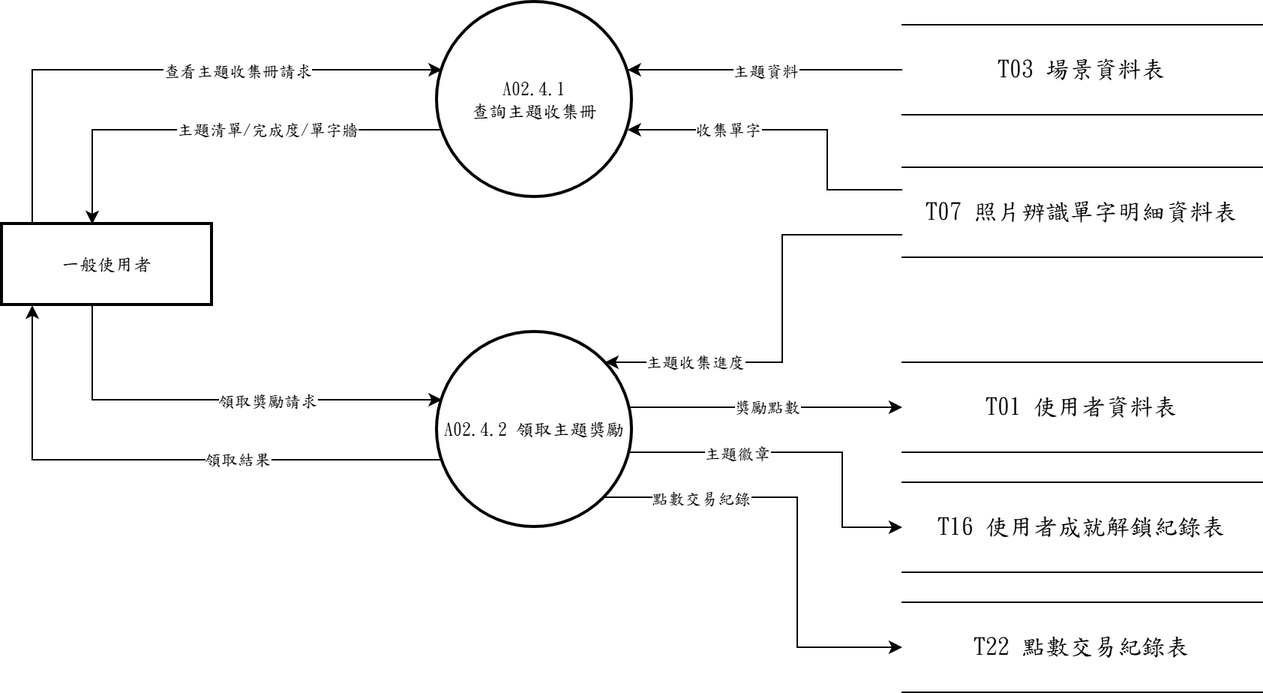
The draw.io diagram 系統文件/第6章/DFD圖/圖2/新/圖2.4.drawio.png in s22452007/115502, before a commit. Source tidied: cells renumbered, new cells last; positions are measured from the earlier drawing's top-left corner, leaving out a move shared by most shapes.
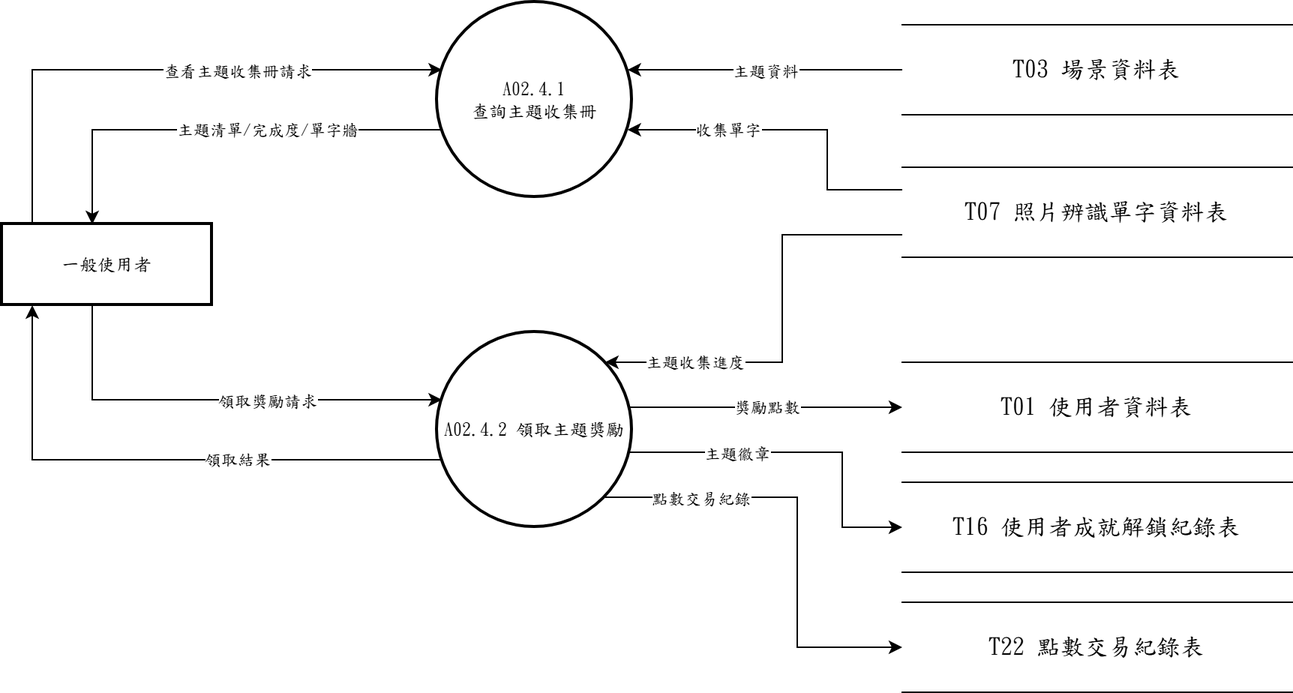
After the commit.

What changed in the source:
```diff
@@ -12,19 +12,19 @@
       <mxGeometry x="290" y="220" width="130" height="130" as="geometry" />
     </mxCell>
     <mxCell id="5" value="&lt;span lang=&quot;EN-US&quot; style=&quot;font-size: 12pt;&quot;&gt;T03&amp;nbsp;&lt;/span&gt;&lt;span style=&quot;font-size: 12pt;&quot;&gt;場景資料表&lt;/span&gt;" style="shape=partialRectangle;whiteSpace=wrap;html=1;left=0;right=0;fontFamily=標楷體;" parent="1" vertex="1">
-      <mxGeometry x="600" y="15" width="240" height="60" as="geometry" />
+      <mxGeometry x="600" y="15" width="260" height="60" as="geometry" />
     </mxCell>
-    <mxCell id="6" value="&lt;span lang=&quot;EN-US&quot; style=&quot;font-size: 12pt;&quot;&gt;T07&amp;nbsp;&lt;/span&gt;&lt;span style=&quot;font-size: 12pt;&quot;&gt;照片辨識單字明細資料表&lt;/span&gt;" style="shape=partialRectangle;whiteSpace=wrap;html=1;left=0;right=0;fontFamily=標楷體;" parent="1" vertex="1">
-      <mxGeometry x="600" y="110" width="240" height="60" as="geometry" />
+    <mxCell id="6" value="&lt;span lang=&quot;EN-US&quot; style=&quot;font-size: 12pt;&quot;&gt;T07&amp;nbsp;&lt;/span&gt;&lt;span style=&quot;font-size: 12pt;&quot;&gt;照片辨識單字資料表&lt;/span&gt;" style="shape=partialRectangle;whiteSpace=wrap;html=1;left=0;right=0;fontFamily=標楷體;" parent="1" vertex="1">
+      <mxGeometry x="600" y="110" width="260" height="60" as="geometry" />
     </mxCell>
     <mxCell id="7" value="&lt;span lang=&quot;EN-US&quot; style=&quot;font-size: 12pt;&quot;&gt;T01&amp;nbsp;&lt;/span&gt;&lt;span style=&quot;font-size: 12pt;&quot;&gt;使用者資料表&lt;/span&gt;" style="shape=partialRectangle;whiteSpace=wrap;html=1;left=0;right=0;fontFamily=標楷體;" parent="1" vertex="1">
-      <mxGeometry x="600" y="240" width="240" height="60" as="geometry" />
+      <mxGeometry x="600" y="240" width="260" height="60" as="geometry" />
     </mxCell>
     <mxCell id="8" value="&lt;span lang=&quot;EN-US&quot; style=&quot;font-size: 12pt;&quot;&gt;T16&amp;nbsp;&lt;/span&gt;&lt;span style=&quot;font-size: 12pt;&quot;&gt;使用者成就解鎖紀錄表&lt;/span&gt;" style="shape=partialRectangle;whiteSpace=wrap;html=1;left=0;right=0;fontFamily=標楷體;" parent="1" vertex="1">
-      <mxGeometry x="600" y="320" width="240" height="60" as="geometry" />
+      <mxGeometry x="600" y="320" width="260" height="60" as="geometry" />
     </mxCell>
     <mxCell id="9" value="&lt;span lang=&quot;EN-US&quot; style=&quot;font-size: 12pt;&quot;&gt;T22&amp;nbsp;&lt;/span&gt;&lt;span style=&quot;font-size: 12pt;&quot;&gt;點數交易紀錄表&lt;/span&gt;" style="shape=partialRectangle;whiteSpace=wrap;html=1;left=0;right=0;fontFamily=標楷體;" parent="1" vertex="1">
-      <mxGeometry x="600" y="400" width="240" height="60" as="geometry" />
+      <mxGeometry x="600" y="400" width="260" height="60" as="geometry" />
     </mxCell>
     <mxCell id="10" style="edgeStyle=orthogonalEdgeStyle;rounded=0;jettySize=auto;html=1;exitX=0.1429;exitY=0.0000;exitDx=0;exitDy=0;exitPerimeter=0;entryX=0.0243;entryY=0.3462;entryDx=0;entryDy=0;entryPerimeter=0;" parent="1" edge="1" source="2" target="3">
       <mxGeometry relative="1" as="geometry">
```
